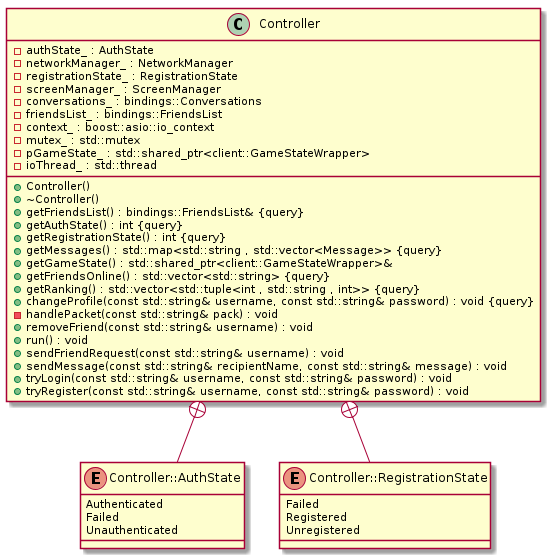
Before: res/uml/class/ControllerClass.png, a diagram exported from PlantUML (ulb-info2-group5/Royal-Blocks). Its source is kept beside it as doc/uml/class/client/ControllerClass.plantuml. The source it was exported from:
```plantuml
@startuml ControllerClass






class Controller {
	+Controller()
	+~Controller()
	-authState_ : AuthState
	-networkManager_ : NetworkManager
	-registrationState_ : RegistrationState
	-screenManager_ : ScreenManager
	-conversations_ : bindings::Conversations
	-friendsList_ : bindings::FriendsList
	+getFriendsList() : bindings::FriendsList& {query}
	-context_ : boost::asio::io_context
	+getAuthState() : int {query}
	+getRegistrationState() : int {query}
	+getMessages() : std::map<std::string , std::vector<Message>> {query}
	-mutex_ : std::mutex
	-pGameState_ : std::shared_ptr<client::GameStateWrapper>
	+getGameState() : std::shared_ptr<client::GameStateWrapper>&
	-ioThread_ : std::thread
	+getFriendsOnline() : std::vector<std::string> {query}
	+getRanking() : std::vector<std::tuple<int , std::string , int>> {query}
	+changeProfile(const std::string& username, const std::string& password) : void {query}
	-handlePacket(const std::string& pack) : void
	+removeFriend(const std::string& username) : void
	+run() : void
	+sendFriendRequest(const std::string& username) : void
	+sendMessage(const std::string& recipientName, const std::string& message) : void
	+tryLogin(const std::string& username, const std::string& password) : void
	+tryRegister(const std::string& username, const std::string& password) : void
}


enum Controller::AuthState {
	Authenticated
	Failed
	Unauthenticated
}


enum Controller::RegistrationState {
	Failed
	Registered
	Unregistered
}















Controller +-- Controller::AuthState


Controller +-- Controller::RegistrationState




@enduml
```
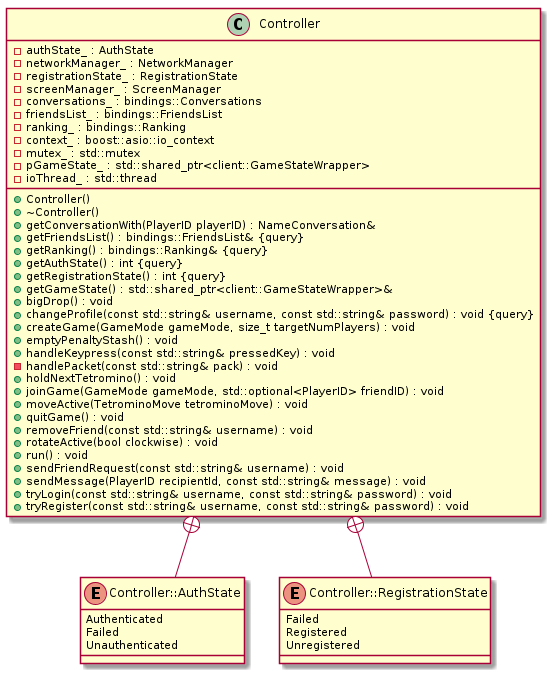
The same file after the commit.

Change to the diagram source:
```diff
@@ -9,28 +9,37 @@
 	+Controller()
 	+~Controller()
 	-authState_ : AuthState
+	+getConversationWith(PlayerID playerID) : NameConversation&
 	-networkManager_ : NetworkManager
 	-registrationState_ : RegistrationState
 	-screenManager_ : ScreenManager
 	-conversations_ : bindings::Conversations
 	-friendsList_ : bindings::FriendsList
 	+getFriendsList() : bindings::FriendsList& {query}
+	-ranking_ : bindings::Ranking
+	+getRanking() : bindings::Ranking& {query}
 	-context_ : boost::asio::io_context
 	+getAuthState() : int {query}
 	+getRegistrationState() : int {query}
-	+getMessages() : std::map<std::string , std::vector<Message>> {query}
 	-mutex_ : std::mutex
 	-pGameState_ : std::shared_ptr<client::GameStateWrapper>
 	+getGameState() : std::shared_ptr<client::GameStateWrapper>&
 	-ioThread_ : std::thread
-	+getFriendsOnline() : std::vector<std::string> {query}
-	+getRanking() : std::vector<std::tuple<int , std::string , int>> {query}
+	+bigDrop() : void
 	+changeProfile(const std::string& username, const std::string& password) : void {query}
+	+createGame(GameMode gameMode, size_t targetNumPlayers) : void
+	+emptyPenaltyStash() : void
+	+handleKeypress(const std::string& pressedKey) : void
 	-handlePacket(const std::string& pack) : void
+	+holdNextTetromino() : void
+	+joinGame(GameMode gameMode, std::optional<PlayerID> friendID) : void
+	+moveActive(TetrominoMove tetrominoMove) : void
+	+quitGame() : void
 	+removeFriend(const std::string& username) : void
+	+rotateActive(bool clockwise) : void
 	+run() : void
 	+sendFriendRequest(const std::string& username) : void
-	+sendMessage(const std::string& recipientName, const std::string& message) : void
+	+sendMessage(PlayerID recipientId, const std::string& message) : void
 	+tryLogin(const std::string& username, const std::string& password) : void
 	+tryRegister(const std::string& username, const std::string& password) : void
 }
```
